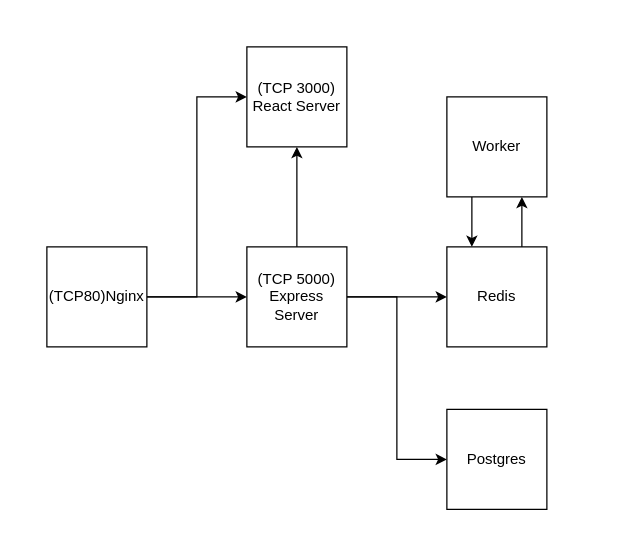
The draw.io diagram Fibonachi App.drawio in igorgroz/diagrams, before the edit. Source tidied: cells renumbered, new cells numbered last; positions are measured from the earlier drawing's top-left corner, leaving out a move shared by most shapes. Both pictures are drawn from the tidied source at 125%, with x=0, y=0 at pixel (46, 46).
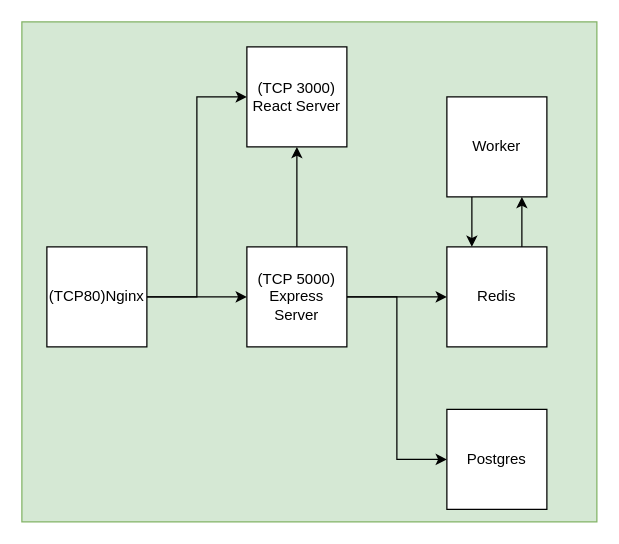
The same diagram, later.

Change to the diagram source:
```diff
@@
 <mxGraphModel>
   <root>
     <mxCell id="0" />
     <mxCell id="1" parent="0" />
+    <mxCell id="15" style="rounded=0;whiteSpace=wrap;html=1;fillColor=#d5e8d4;strokeColor=#82b366;" parent="1" vertex="1">
+      <mxGeometry x="-20" y="-20" width="460" height="400" as="geometry" />
+    </mxCell>
     <mxCell id="2" style="edgeStyle=orthogonalEdgeStyle;rounded=0;jettySize=auto;html=1;" parent="1" edge="1" source="4" target="8">
       <mxGeometry relative="1" as="geometry" />
     </mxCell>
     <mxCell id="3" style="edgeStyle=orthogonalEdgeStyle;rounded=0;jettySize=auto;html=1;entryX=0;entryY=0.5;entryDx=0;entryDy=0;" parent="1" edge="1" source="4" target="9">
       <mxGeometry relative="1" as="geometry" />
     </mxCell>
     <mxCell id="4" value="(TCP80)Nginx" style="whiteSpace=wrap;html=1;" parent="1" vertex="1">
       <mxGeometry y="160" width="80" height="80" as="geometry" />
     </mxCell>
     <mxCell id="5" style="edgeStyle=orthogonalEdgeStyle;rounded=0;jettySize=auto;html=1;" parent="1" edge="1" source="8" target="9">
       <mxGeometry relative="1" as="geometry" />
     </mxCell>
     <mxCell id="6" style="edgeStyle=orthogonalEdgeStyle;rounded=0;jettySize=auto;html=1;" parent="1" edge="1" source="8" target="11">
       <mxGeometry relative="1" as="geometry" />
     </mxCell>
     <mxCell id="7" style="edgeStyle=orthogonalEdgeStyle;rounded=0;jettySize=auto;html=1;entryX=0;entryY=0.5;entryDx=0;entryDy=0;" parent="1" edge="1" source="8" target="12">
       <mxGeometry relative="1" as="geometry" />
     </mxCell>
     <mxCell id="8" value="(TCP 5000)&lt;br&gt;Express Server" style="whiteSpace=wrap;html=1;" parent="1" vertex="1">
       <mxGeometry x="160" y="160" width="80" height="80" as="geometry" />
     </mxCell>
     <mxCell id="9" value="(TCP 3000)&lt;br&gt;React Server" style="whiteSpace=wrap;html=1;" parent="1" vertex="1">
       <mxGeometry x="160" width="80" height="80" as="geometry" />
     </mxCell>
     <mxCell id="10" style="edgeStyle=orthogonalEdgeStyle;rounded=0;jettySize=auto;html=1;" parent="1" edge="1" source="11" target="14">
       <mxGeometry relative="1" as="geometry">
         <Array as="points">
           <mxPoint x="380" y="150" />
           <mxPoint x="380" y="150" />
         </Array>
       </mxGeometry>
     </mxCell>
     <mxCell id="11" value="Redis" style="whiteSpace=wrap;html=1;" parent="1" vertex="1">
       <mxGeometry x="320" y="160" width="80" height="80" as="geometry" />
     </mxCell>
     <mxCell id="12" value="Postgres" style="whiteSpace=wrap;html=1;" parent="1" vertex="1">
       <mxGeometry x="320" y="290" width="80" height="80" as="geometry" />
     </mxCell>
     <mxCell id="13" style="edgeStyle=orthogonalEdgeStyle;rounded=0;jettySize=auto;html=1;" parent="1" edge="1" source="14" target="11">
       <mxGeometry relative="1" as="geometry">
         <Array as="points">
           <mxPoint x="340" y="130" />
           <mxPoint x="340" y="130" />
         </Array>
       </mxGeometry>
     </mxCell>
     <mxCell id="14" value="Worker" style="whiteSpace=wrap;html=1;" parent="1" vertex="1">
       <mxGeometry x="320" y="40" width="80" height="80" as="geometry" />
     </mxCell>
   </root>
 </mxGraphModel>
```
